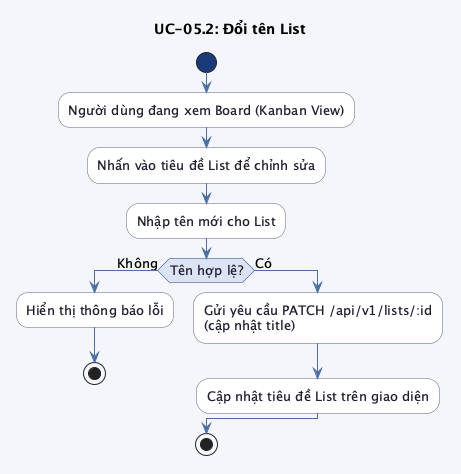
Earlier version of the PlantUML export src/images/chap3/activity_uc05_2.png (trongnhan34vn/trello-report). Source of this version:
```plantuml
@startuml activity_uc05_2

skinparam linetype ortho
skinparam defaultFontSize 13
skinparam backgroundColor #f4f6fb
skinparam activity {
    BackgroundColor #ffffff
    BorderColor #5b6279
    FontColor #1e1e2e
    ArrowColor #4a6fa5
    DiamondBackgroundColor #dce3f5
    DiamondBorderColor #1a3a7a
    DiamondFontColor #1e1e2e
    StartColor #1a3a7a
    EndColor #1a3a7a
}

title UC-05.2: Đổi tên List

start

:Người dùng đang xem Board (Kanban View);
:Nhấn vào tiêu đề List để chỉnh sửa;
:Nhập tên mới cho List;

if (Tên hợp lệ?) then (Không)
    :Hiển thị thông báo lỗi;
    stop
else (Có)
    :Gửi yêu cầu PATCH /api/v1/lists/:id\n(cập nhật title);
    :Cập nhật tiêu đề List trên giao diện;
endif

stop

@enduml
```
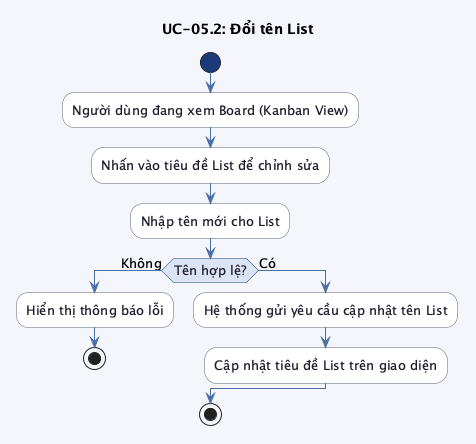
The same diagram one commit later.

Change to the diagram source:
```diff
@@ -27,7 +27,7 @@
     :Hiển thị thông báo lỗi;
     stop
 else (Có)
-    :Gửi yêu cầu PATCH /api/v1/lists/:id\n(cập nhật title);
+    :Hệ thống gửi yêu cầu cập nhật tên List;
     :Cập nhật tiêu đề List trên giao diện;
 endif
 
```
